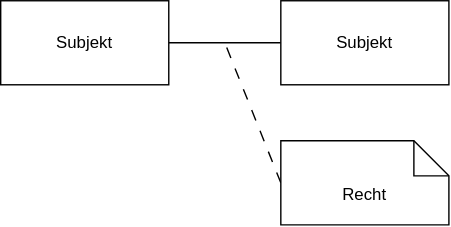
Before: .theorie/access_controle/ac-basic.drawio.svg, a diagram exported from draw.io (karry-thm/cms). Source tidied: cells renumbered, new cells last; positions are measured from the earlier drawing's top-left corner, leaving out a move shared by most shapes.
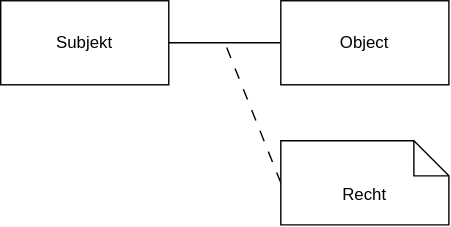
The same diagram one commit later.

Change to the diagram source:
```diff
@@ -8,7 +8,7 @@
     <mxCell id="3" value="Subjekt" style="whiteSpace=wrap;html=1;" parent="1" vertex="1">
       <mxGeometry width="120" height="60" as="geometry" />
     </mxCell>
-    <mxCell id="4" value="Subjekt" style="whiteSpace=wrap;html=1;" parent="1" vertex="1">
+    <mxCell id="4" value="Object" style="whiteSpace=wrap;html=1;" parent="1" vertex="1">
       <mxGeometry x="200" width="120" height="60" as="geometry" />
     </mxCell>
     <mxCell id="5" style="edgeStyle=none;html=1;exitX=0;exitY=0.5;exitDx=0;exitDy=0;exitPerimeter=0;endArrow=none;endFill=0;dashed=1;dashPattern=8 8;" parent="1" edge="1" source="6">
```
